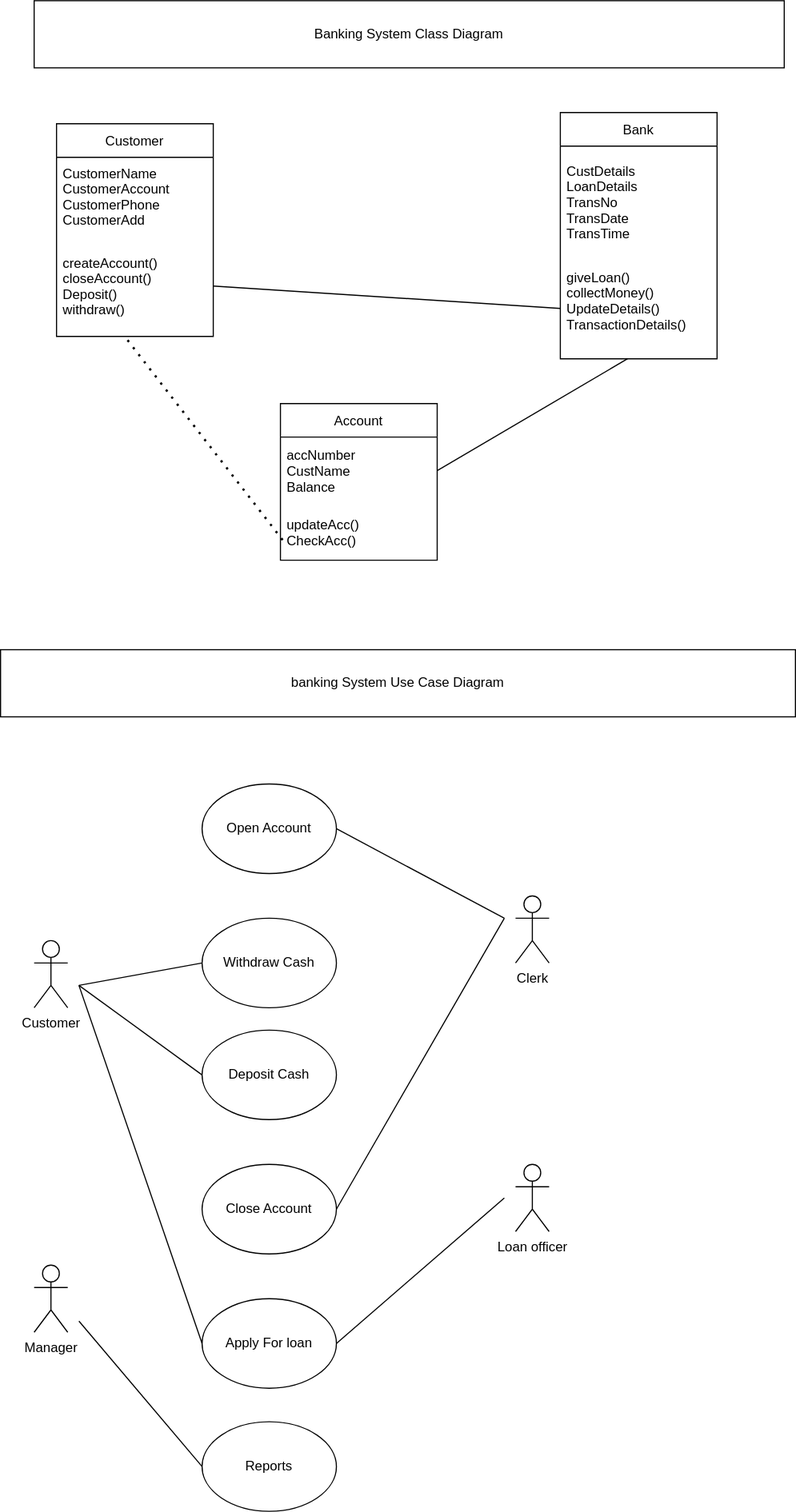
Before: Banking_management_system.svg, a diagram exported from draw.io (RidhimaBhandari/Software-Development-). Source tidied: cells renumbered, new cells last; positions are measured from the earlier drawing's top-left corner, leaving out a move shared by most shapes.
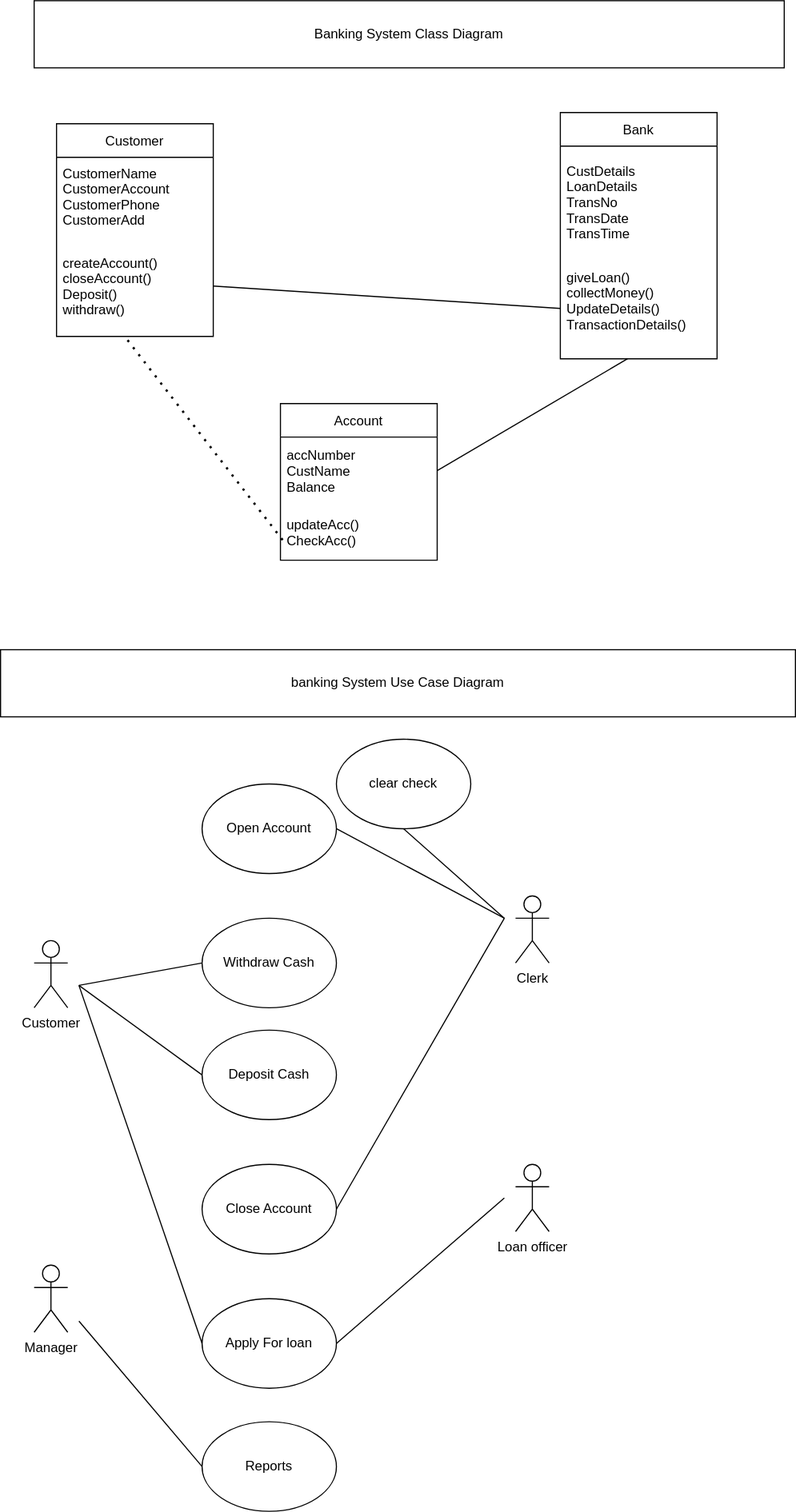
Later version of the same file.

What changed in the source:
```diff
@@ -109,5 +109,13 @@
         <mxPoint x="450" y="820" as="targetPoint" />
       </mxGeometry>
     </mxCell>
+    <mxCell id="33" value="clear check" style="ellipse;whiteSpace=wrap;html=1;" parent="1" vertex="1">
+      <mxGeometry x="300" y="660" width="120" height="80" as="geometry" />
+    </mxCell>
+    <mxCell id="34" style="endArrow=none;html=1;rounded=0;exitX=0.5;exitY=1;exitDx=0;exitDy=0;" parent="1" edge="1" source="33">
+      <mxGeometry relative="1" as="geometry">
+        <mxPoint x="450" y="820" as="targetPoint" />
+      </mxGeometry>
+    </mxCell>
   </root>
 </mxGraphModel>
```
